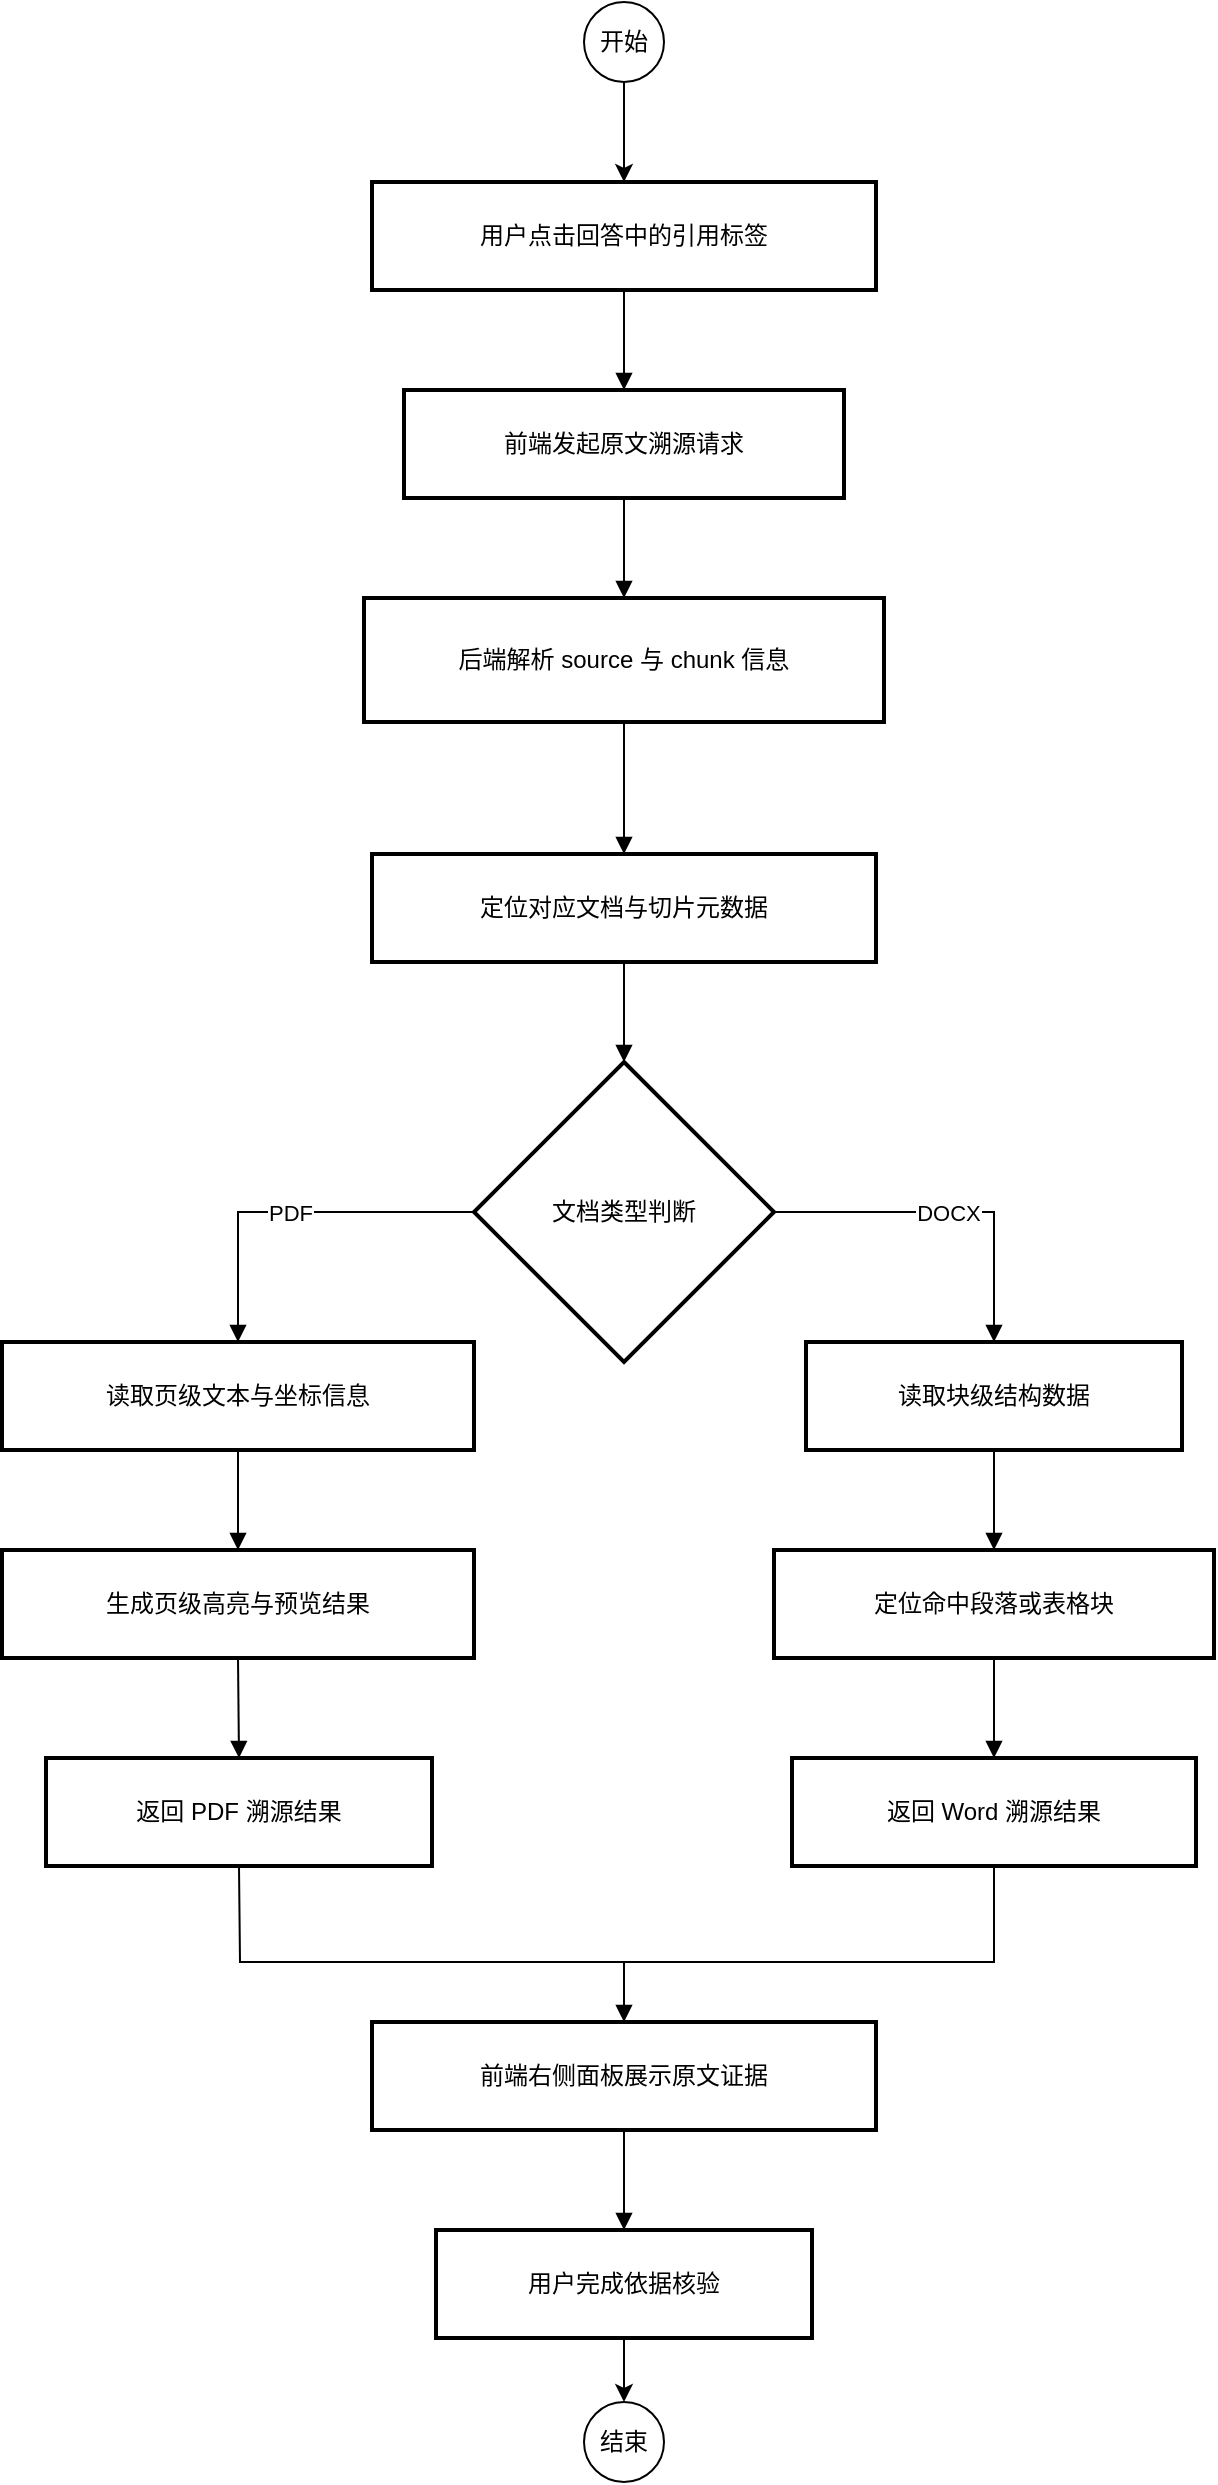
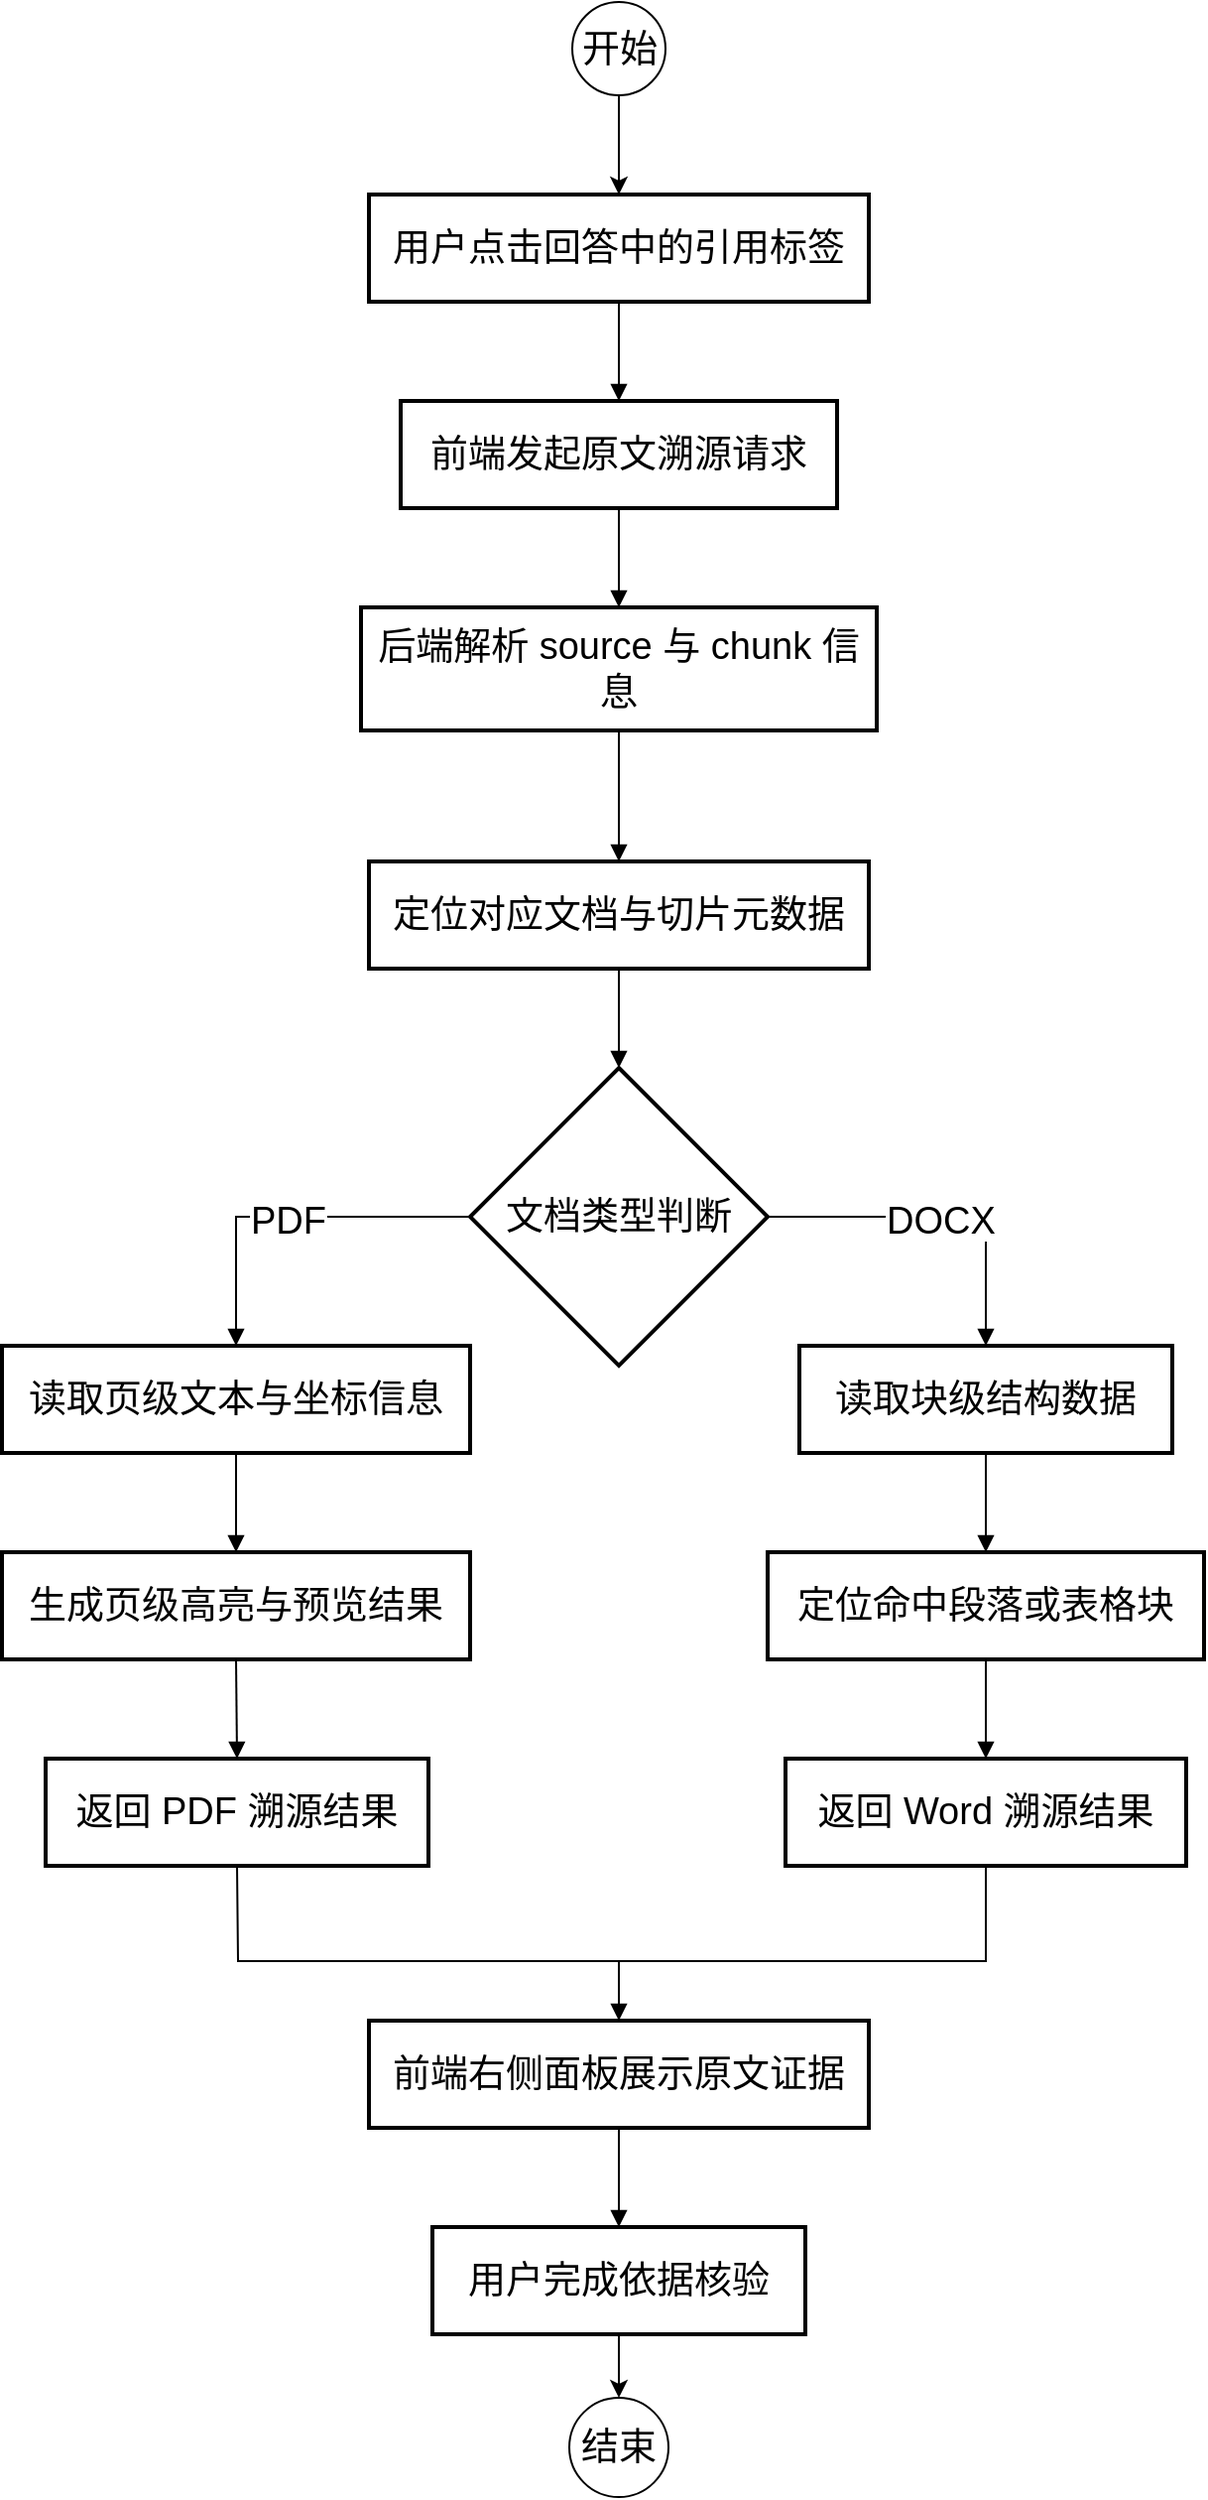
<mxfile host="app.diagrams.net">
  <diagram name="第 1 页" id="b8QfxGOXAPQU8yumc0db">
-     <mxGraphModel dx="1739" dy="1173" grid="1" gridSize="10" guides="1" tooltips="1" connect="1" arrows="1" fold="1" page="0" pageScale="1" pageWidth="827" pageHeight="1169" math="0" shadow="0">
+     <mxGraphModel dx="2563" dy="1649" grid="1" gridSize="10" guides="1" tooltips="1" connect="1" arrows="1" fold="1" page="0" pageScale="1" pageWidth="827" pageHeight="1169" math="0" shadow="0">
      <root>
        <mxCell id="5ZVwHZZmjW-OV20jA2S_-0" />
        <mxCell id="5ZVwHZZmjW-OV20jA2S_-1" parent="5ZVwHZZmjW-OV20jA2S_-0" />
-         <mxCell id="LxGCvzO_fyvpjCq_fR6p-1" parent="5ZVwHZZmjW-OV20jA2S_-1" style="whiteSpace=wrap;strokeWidth=2;" value="用户点击回答中的引用标签" vertex="1">
+         <mxCell id="LxGCvzO_fyvpjCq_fR6p-1" parent="5ZVwHZZmjW-OV20jA2S_-1" style="whiteSpace=wrap;strokeWidth=2;fontSize=19;" value="用户点击回答中的引用标签" vertex="1">
          <mxGeometry height="54" width="252" x="151" y="20" as="geometry" />
        </mxCell>
-         <mxCell id="LxGCvzO_fyvpjCq_fR6p-2" parent="5ZVwHZZmjW-OV20jA2S_-1" style="whiteSpace=wrap;strokeWidth=2;" value="前端发起原文溯源请求" vertex="1">
+         <mxCell id="LxGCvzO_fyvpjCq_fR6p-2" parent="5ZVwHZZmjW-OV20jA2S_-1" style="whiteSpace=wrap;strokeWidth=2;fontSize=19;" value="前端发起原文溯源请求" vertex="1">
          <mxGeometry height="54" width="220" x="167" y="124" as="geometry" />
        </mxCell>
-         <mxCell id="LxGCvzO_fyvpjCq_fR6p-3" parent="5ZVwHZZmjW-OV20jA2S_-1" style="whiteSpace=wrap;strokeWidth=2;" value="后端解析 source 与 chunk 信息" vertex="1">
+         <mxCell id="LxGCvzO_fyvpjCq_fR6p-3" parent="5ZVwHZZmjW-OV20jA2S_-1" style="whiteSpace=wrap;strokeWidth=2;fontSize=19;" value="后端解析 source 与 chunk 信息" vertex="1">
          <mxGeometry height="62" width="260" x="147" y="228" as="geometry" />
        </mxCell>
-         <mxCell id="LxGCvzO_fyvpjCq_fR6p-4" parent="5ZVwHZZmjW-OV20jA2S_-1" style="whiteSpace=wrap;strokeWidth=2;" value="定位对应文档与切片元数据" vertex="1">
+         <mxCell id="LxGCvzO_fyvpjCq_fR6p-4" parent="5ZVwHZZmjW-OV20jA2S_-1" style="whiteSpace=wrap;strokeWidth=2;fontSize=19;" value="定位对应文档与切片元数据" vertex="1">
          <mxGeometry height="54" width="252" x="151" y="356" as="geometry" />
        </mxCell>
-         <mxCell id="LxGCvzO_fyvpjCq_fR6p-5" parent="5ZVwHZZmjW-OV20jA2S_-1" style="rhombus;strokeWidth=2;whiteSpace=wrap;" value="文档类型判断" vertex="1">
+         <mxCell id="LxGCvzO_fyvpjCq_fR6p-5" parent="5ZVwHZZmjW-OV20jA2S_-1" style="rhombus;strokeWidth=2;whiteSpace=wrap;fontSize=19;" value="文档类型判断" vertex="1">
          <mxGeometry height="150" width="150" x="202" y="460" as="geometry" />
        </mxCell>
-         <mxCell id="LxGCvzO_fyvpjCq_fR6p-6" parent="5ZVwHZZmjW-OV20jA2S_-1" style="whiteSpace=wrap;strokeWidth=2;" value="读取页级文本与坐标信息" vertex="1">
+         <mxCell id="LxGCvzO_fyvpjCq_fR6p-6" parent="5ZVwHZZmjW-OV20jA2S_-1" style="whiteSpace=wrap;strokeWidth=2;fontSize=19;" value="读取页级文本与坐标信息" vertex="1">
          <mxGeometry height="54" width="236" x="-34" y="600" as="geometry" />
        </mxCell>
-         <mxCell id="LxGCvzO_fyvpjCq_fR6p-7" parent="5ZVwHZZmjW-OV20jA2S_-1" style="whiteSpace=wrap;strokeWidth=2;" value="生成页级高亮与预览结果" vertex="1">
+         <mxCell id="LxGCvzO_fyvpjCq_fR6p-7" parent="5ZVwHZZmjW-OV20jA2S_-1" style="whiteSpace=wrap;strokeWidth=2;fontSize=19;" value="生成页级高亮与预览结果" vertex="1">
          <mxGeometry height="54" width="236" x="-34" y="704" as="geometry" />
        </mxCell>
-         <mxCell id="LxGCvzO_fyvpjCq_fR6p-8" parent="5ZVwHZZmjW-OV20jA2S_-1" style="whiteSpace=wrap;strokeWidth=2;" value="返回 PDF 溯源结果" vertex="1">
+         <mxCell id="LxGCvzO_fyvpjCq_fR6p-8" parent="5ZVwHZZmjW-OV20jA2S_-1" style="whiteSpace=wrap;strokeWidth=2;fontSize=19;" value="返回 PDF 溯源结果" vertex="1">
          <mxGeometry height="54" width="193" x="-12" y="808" as="geometry" />
        </mxCell>
-         <mxCell id="LxGCvzO_fyvpjCq_fR6p-9" parent="5ZVwHZZmjW-OV20jA2S_-1" style="whiteSpace=wrap;strokeWidth=2;" value="读取块级结构数据" vertex="1">
+         <mxCell id="LxGCvzO_fyvpjCq_fR6p-9" parent="5ZVwHZZmjW-OV20jA2S_-1" style="whiteSpace=wrap;strokeWidth=2;fontSize=19;" value="读取块级结构数据" vertex="1">
          <mxGeometry height="54" width="188" x="368" y="600" as="geometry" />
        </mxCell>
-         <mxCell id="LxGCvzO_fyvpjCq_fR6p-10" parent="5ZVwHZZmjW-OV20jA2S_-1" style="whiteSpace=wrap;strokeWidth=2;" value="定位命中段落或表格块" vertex="1">
+         <mxCell id="LxGCvzO_fyvpjCq_fR6p-10" parent="5ZVwHZZmjW-OV20jA2S_-1" style="whiteSpace=wrap;strokeWidth=2;fontSize=19;" value="定位命中段落或表格块" vertex="1">
          <mxGeometry height="54" width="220" x="352" y="704" as="geometry" />
        </mxCell>
-         <mxCell id="LxGCvzO_fyvpjCq_fR6p-11" parent="5ZVwHZZmjW-OV20jA2S_-1" style="whiteSpace=wrap;strokeWidth=2;" value="返回 Word 溯源结果" vertex="1">
+         <mxCell id="LxGCvzO_fyvpjCq_fR6p-11" parent="5ZVwHZZmjW-OV20jA2S_-1" style="whiteSpace=wrap;strokeWidth=2;fontSize=19;" value="返回 Word 溯源结果" vertex="1">
          <mxGeometry height="54" width="202" x="361" y="808" as="geometry" />
        </mxCell>
-         <mxCell id="LxGCvzO_fyvpjCq_fR6p-12" parent="5ZVwHZZmjW-OV20jA2S_-1" style="whiteSpace=wrap;strokeWidth=2;" value="前端右侧面板展示原文证据" vertex="1">
+         <mxCell id="LxGCvzO_fyvpjCq_fR6p-12" parent="5ZVwHZZmjW-OV20jA2S_-1" style="whiteSpace=wrap;strokeWidth=2;fontSize=19;" value="前端右侧面板展示原文证据" vertex="1">
          <mxGeometry height="54" width="252" x="151" y="940" as="geometry" />
        </mxCell>
-         <mxCell id="LxGCvzO_fyvpjCq_fR6p-13" parent="5ZVwHZZmjW-OV20jA2S_-1" style="whiteSpace=wrap;strokeWidth=2;" value="用户完成依据核验" vertex="1">
+         <mxCell id="LxGCvzO_fyvpjCq_fR6p-13" parent="5ZVwHZZmjW-OV20jA2S_-1" style="whiteSpace=wrap;strokeWidth=2;fontSize=19;" value="用户完成依据核验" vertex="1">
          <mxGeometry height="54" width="188" x="183" y="1044" as="geometry" />
        </mxCell>
-         <mxCell id="LxGCvzO_fyvpjCq_fR6p-14" edge="1" parent="5ZVwHZZmjW-OV20jA2S_-1" source="LxGCvzO_fyvpjCq_fR6p-1" style="curved=0;startArrow=none;endArrow=block;exitX=0.5;exitY=1;entryX=0.5;entryY=0;rounded=0;" target="LxGCvzO_fyvpjCq_fR6p-2" value="">
+         <mxCell id="LxGCvzO_fyvpjCq_fR6p-14" edge="1" parent="5ZVwHZZmjW-OV20jA2S_-1" source="LxGCvzO_fyvpjCq_fR6p-1" style="curved=0;startArrow=none;endArrow=block;exitX=0.5;exitY=1;entryX=0.5;entryY=0;rounded=0;fontSize=19;" target="LxGCvzO_fyvpjCq_fR6p-2" value="">
          <mxGeometry relative="1" as="geometry">
            <Array as="points" />
          </mxGeometry>
        </mxCell>
-         <mxCell id="LxGCvzO_fyvpjCq_fR6p-15" edge="1" parent="5ZVwHZZmjW-OV20jA2S_-1" source="LxGCvzO_fyvpjCq_fR6p-2" style="curved=0;startArrow=none;endArrow=block;exitX=0.5;exitY=1;entryX=0.5;entryY=0;rounded=0;" target="LxGCvzO_fyvpjCq_fR6p-3" value="">
+         <mxCell id="LxGCvzO_fyvpjCq_fR6p-15" edge="1" parent="5ZVwHZZmjW-OV20jA2S_-1" source="LxGCvzO_fyvpjCq_fR6p-2" style="curved=0;startArrow=none;endArrow=block;exitX=0.5;exitY=1;entryX=0.5;entryY=0;rounded=0;fontSize=19;" target="LxGCvzO_fyvpjCq_fR6p-3" value="">
          <mxGeometry relative="1" as="geometry">
            <Array as="points" />
          </mxGeometry>
        </mxCell>
-         <mxCell id="LxGCvzO_fyvpjCq_fR6p-16" edge="1" parent="5ZVwHZZmjW-OV20jA2S_-1" source="LxGCvzO_fyvpjCq_fR6p-3" style="curved=0;startArrow=none;endArrow=block;exitX=0.5;exitY=1;entryX=0.5;entryY=0;rounded=0;" target="LxGCvzO_fyvpjCq_fR6p-4" value="">
+         <mxCell id="LxGCvzO_fyvpjCq_fR6p-16" edge="1" parent="5ZVwHZZmjW-OV20jA2S_-1" source="LxGCvzO_fyvpjCq_fR6p-3" style="curved=0;startArrow=none;endArrow=block;exitX=0.5;exitY=1;entryX=0.5;entryY=0;rounded=0;fontSize=19;" target="LxGCvzO_fyvpjCq_fR6p-4" value="">
          <mxGeometry relative="1" as="geometry">
            <Array as="points" />
          </mxGeometry>
        </mxCell>
-         <mxCell id="LxGCvzO_fyvpjCq_fR6p-17" edge="1" parent="5ZVwHZZmjW-OV20jA2S_-1" source="LxGCvzO_fyvpjCq_fR6p-4" style="curved=0;startArrow=none;endArrow=block;exitX=0.5;exitY=1;entryX=0.5;entryY=0;rounded=0;" target="LxGCvzO_fyvpjCq_fR6p-5" value="">
+         <mxCell id="LxGCvzO_fyvpjCq_fR6p-17" edge="1" parent="5ZVwHZZmjW-OV20jA2S_-1" source="LxGCvzO_fyvpjCq_fR6p-4" style="curved=0;startArrow=none;endArrow=block;exitX=0.5;exitY=1;entryX=0.5;entryY=0;rounded=0;fontSize=19;" target="LxGCvzO_fyvpjCq_fR6p-5" value="">
          <mxGeometry relative="1" as="geometry">
            <Array as="points" />
          </mxGeometry>
        </mxCell>
-         <mxCell id="LxGCvzO_fyvpjCq_fR6p-18" edge="1" parent="5ZVwHZZmjW-OV20jA2S_-1" source="LxGCvzO_fyvpjCq_fR6p-5" style="curved=0;startArrow=none;endArrow=block;exitX=0;exitY=0.5;entryX=0.5;entryY=0;rounded=0;exitDx=0;exitDy=0;" target="LxGCvzO_fyvpjCq_fR6p-6" value="PDF">
+         <mxCell id="LxGCvzO_fyvpjCq_fR6p-18" edge="1" parent="5ZVwHZZmjW-OV20jA2S_-1" source="LxGCvzO_fyvpjCq_fR6p-5" style="curved=0;startArrow=none;endArrow=block;exitX=0;exitY=0.5;entryX=0.5;entryY=0;rounded=0;exitDx=0;exitDy=0;fontSize=19;" target="LxGCvzO_fyvpjCq_fR6p-6" value="PDF">
          <mxGeometry relative="1" as="geometry">
            <Array as="points">
              <mxPoint x="84" y="535" />
            </Array>
          </mxGeometry>
        </mxCell>
-         <mxCell id="LxGCvzO_fyvpjCq_fR6p-19" edge="1" parent="5ZVwHZZmjW-OV20jA2S_-1" source="LxGCvzO_fyvpjCq_fR6p-6" style="curved=0;startArrow=none;endArrow=block;exitX=0.5;exitY=1;entryX=0.5;entryY=0;rounded=0;" target="LxGCvzO_fyvpjCq_fR6p-7" value="">
+         <mxCell id="LxGCvzO_fyvpjCq_fR6p-19" edge="1" parent="5ZVwHZZmjW-OV20jA2S_-1" source="LxGCvzO_fyvpjCq_fR6p-6" style="curved=0;startArrow=none;endArrow=block;exitX=0.5;exitY=1;entryX=0.5;entryY=0;rounded=0;fontSize=19;" target="LxGCvzO_fyvpjCq_fR6p-7" value="">
          <mxGeometry relative="1" as="geometry">
            <Array as="points" />
          </mxGeometry>
        </mxCell>
-         <mxCell id="LxGCvzO_fyvpjCq_fR6p-20" edge="1" parent="5ZVwHZZmjW-OV20jA2S_-1" source="LxGCvzO_fyvpjCq_fR6p-7" style="curved=0;startArrow=none;endArrow=block;exitX=0.5;exitY=1;entryX=0.5;entryY=0;rounded=0;" target="LxGCvzO_fyvpjCq_fR6p-8" value="">
+         <mxCell id="LxGCvzO_fyvpjCq_fR6p-20" edge="1" parent="5ZVwHZZmjW-OV20jA2S_-1" source="LxGCvzO_fyvpjCq_fR6p-7" style="curved=0;startArrow=none;endArrow=block;exitX=0.5;exitY=1;entryX=0.5;entryY=0;rounded=0;fontSize=19;" target="LxGCvzO_fyvpjCq_fR6p-8" value="">
          <mxGeometry relative="1" as="geometry">
            <Array as="points" />
          </mxGeometry>
        </mxCell>
-         <mxCell id="LxGCvzO_fyvpjCq_fR6p-21" edge="1" parent="5ZVwHZZmjW-OV20jA2S_-1" source="LxGCvzO_fyvpjCq_fR6p-5" style="curved=0;startArrow=none;endArrow=block;exitX=1;exitY=0.5;entryX=0.5;entryY=0;rounded=0;exitDx=0;exitDy=0;" target="LxGCvzO_fyvpjCq_fR6p-9" value="DOCX">
+         <mxCell id="LxGCvzO_fyvpjCq_fR6p-21" edge="1" parent="5ZVwHZZmjW-OV20jA2S_-1" source="LxGCvzO_fyvpjCq_fR6p-5" style="curved=0;startArrow=none;endArrow=block;exitX=1;exitY=0.5;entryX=0.5;entryY=0;rounded=0;exitDx=0;exitDy=0;fontSize=19;" target="LxGCvzO_fyvpjCq_fR6p-9" value="DOCX">
          <mxGeometry relative="1" as="geometry">
            <Array as="points">
              <mxPoint x="462" y="535" />
            </Array>
          </mxGeometry>
        </mxCell>
-         <mxCell id="LxGCvzO_fyvpjCq_fR6p-22" edge="1" parent="5ZVwHZZmjW-OV20jA2S_-1" source="LxGCvzO_fyvpjCq_fR6p-9" style="curved=0;startArrow=none;endArrow=block;exitX=0.5;exitY=1;entryX=0.5;entryY=0;rounded=0;" target="LxGCvzO_fyvpjCq_fR6p-10" value="">
+         <mxCell id="LxGCvzO_fyvpjCq_fR6p-22" edge="1" parent="5ZVwHZZmjW-OV20jA2S_-1" source="LxGCvzO_fyvpjCq_fR6p-9" style="curved=0;startArrow=none;endArrow=block;exitX=0.5;exitY=1;entryX=0.5;entryY=0;rounded=0;fontSize=19;" target="LxGCvzO_fyvpjCq_fR6p-10" value="">
          <mxGeometry relative="1" as="geometry">
            <Array as="points" />
          </mxGeometry>
        </mxCell>
-         <mxCell id="LxGCvzO_fyvpjCq_fR6p-23" edge="1" parent="5ZVwHZZmjW-OV20jA2S_-1" source="LxGCvzO_fyvpjCq_fR6p-10" style="curved=0;startArrow=none;endArrow=block;exitX=0.5;exitY=1;entryX=0.5;entryY=0;rounded=0;" target="LxGCvzO_fyvpjCq_fR6p-11" value="">
+         <mxCell id="LxGCvzO_fyvpjCq_fR6p-23" edge="1" parent="5ZVwHZZmjW-OV20jA2S_-1" source="LxGCvzO_fyvpjCq_fR6p-10" style="curved=0;startArrow=none;endArrow=block;exitX=0.5;exitY=1;entryX=0.5;entryY=0;rounded=0;fontSize=19;" target="LxGCvzO_fyvpjCq_fR6p-11" value="">
          <mxGeometry relative="1" as="geometry">
            <Array as="points" />
          </mxGeometry>
        </mxCell>
-         <mxCell id="LxGCvzO_fyvpjCq_fR6p-24" edge="1" parent="5ZVwHZZmjW-OV20jA2S_-1" source="LxGCvzO_fyvpjCq_fR6p-8" style="curved=0;startArrow=none;endArrow=block;exitX=0.5;exitY=1;entryX=0.5;entryY=0;rounded=0;entryDx=0;entryDy=0;" target="LxGCvzO_fyvpjCq_fR6p-12" value="">
+         <mxCell id="LxGCvzO_fyvpjCq_fR6p-24" edge="1" parent="5ZVwHZZmjW-OV20jA2S_-1" source="LxGCvzO_fyvpjCq_fR6p-8" style="curved=0;startArrow=none;endArrow=block;exitX=0.5;exitY=1;entryX=0.5;entryY=0;rounded=0;entryDx=0;entryDy=0;fontSize=19;" target="LxGCvzO_fyvpjCq_fR6p-12" value="">
          <mxGeometry relative="1" as="geometry">
            <Array as="points">
              <mxPoint x="85" y="910" />
              <mxPoint x="277" y="910" />
            </Array>
          </mxGeometry>
        </mxCell>
-         <mxCell id="LxGCvzO_fyvpjCq_fR6p-25" edge="1" parent="5ZVwHZZmjW-OV20jA2S_-1" source="LxGCvzO_fyvpjCq_fR6p-11" style="curved=0;startArrow=none;endArrow=none;exitX=0.5;exitY=1;rounded=0;endFill=0;" value="">
+         <mxCell id="LxGCvzO_fyvpjCq_fR6p-25" edge="1" parent="5ZVwHZZmjW-OV20jA2S_-1" source="LxGCvzO_fyvpjCq_fR6p-11" style="curved=0;startArrow=none;endArrow=none;exitX=0.5;exitY=1;rounded=0;endFill=0;fontSize=19;" value="">
          <mxGeometry relative="1" as="geometry">
            <Array as="points">
              <mxPoint x="462" y="910" />
            </Array>
            <mxPoint x="277" y="910" as="targetPoint" />
          </mxGeometry>
        </mxCell>
-         <mxCell id="LxGCvzO_fyvpjCq_fR6p-26" edge="1" parent="5ZVwHZZmjW-OV20jA2S_-1" source="LxGCvzO_fyvpjCq_fR6p-12" style="curved=0;startArrow=none;endArrow=block;exitX=0.5;exitY=1;entryX=0.5;entryY=0;rounded=0;" target="LxGCvzO_fyvpjCq_fR6p-13" value="">
+         <mxCell id="LxGCvzO_fyvpjCq_fR6p-26" edge="1" parent="5ZVwHZZmjW-OV20jA2S_-1" source="LxGCvzO_fyvpjCq_fR6p-12" style="curved=0;startArrow=none;endArrow=block;exitX=0.5;exitY=1;entryX=0.5;entryY=0;rounded=0;fontSize=19;" target="LxGCvzO_fyvpjCq_fR6p-13" value="">
          <mxGeometry relative="1" as="geometry">
            <Array as="points" />
          </mxGeometry>
        </mxCell>
-         <mxCell id="LpzGXpaGNVprPOU_6wxC-0" parent="5ZVwHZZmjW-OV20jA2S_-1" style="ellipse;whiteSpace=wrap;html=1;aspect=fixed;" value="开始" vertex="1">
-           <mxGeometry height="40" width="40" x="257" y="-70" as="geometry" />
+         <mxCell id="LpzGXpaGNVprPOU_6wxC-0" parent="5ZVwHZZmjW-OV20jA2S_-1" style="ellipse;whiteSpace=wrap;html=1;aspect=fixed;fontSize=19;" value="开始" vertex="1">
+           <mxGeometry height="47" width="47" x="253.5" y="-77" as="geometry" />
        </mxCell>
-         <mxCell id="LpzGXpaGNVprPOU_6wxC-1" edge="1" parent="5ZVwHZZmjW-OV20jA2S_-1" source="LpzGXpaGNVprPOU_6wxC-0" style="endArrow=classic;html=1;rounded=0;entryX=0.5;entryY=0;entryDx=0;entryDy=0;exitX=0.5;exitY=1;exitDx=0;exitDy=0;" target="LxGCvzO_fyvpjCq_fR6p-1" value="">
+         <mxCell id="LpzGXpaGNVprPOU_6wxC-1" edge="1" parent="5ZVwHZZmjW-OV20jA2S_-1" source="LpzGXpaGNVprPOU_6wxC-0" style="endArrow=classic;html=1;rounded=0;entryX=0.5;entryY=0;entryDx=0;entryDy=0;exitX=0.5;exitY=1;exitDx=0;exitDy=0;fontSize=19;" target="LxGCvzO_fyvpjCq_fR6p-1" value="">
          <mxGeometry height="50" relative="1" width="50" as="geometry">
            <mxPoint x="290" y="-30" as="sourcePoint" />
            <mxPoint x="340" y="-80" as="targetPoint" />
          </mxGeometry>
        </mxCell>
-         <mxCell id="LpzGXpaGNVprPOU_6wxC-2" parent="5ZVwHZZmjW-OV20jA2S_-1" style="ellipse;whiteSpace=wrap;html=1;aspect=fixed;" value="结束" vertex="1">
-           <mxGeometry height="40" width="40" x="257" y="1130" as="geometry" />
+         <mxCell id="LpzGXpaGNVprPOU_6wxC-2" parent="5ZVwHZZmjW-OV20jA2S_-1" style="ellipse;whiteSpace=wrap;html=1;aspect=fixed;fontSize=19;" value="结束" vertex="1">
+           <mxGeometry height="50" width="50" x="252" y="1130" as="geometry" />
        </mxCell>
-         <mxCell id="LpzGXpaGNVprPOU_6wxC-3" edge="1" parent="5ZVwHZZmjW-OV20jA2S_-1" source="LxGCvzO_fyvpjCq_fR6p-13" style="endArrow=classic;html=1;rounded=0;entryX=0.5;entryY=0;entryDx=0;entryDy=0;exitX=0.5;exitY=1;exitDx=0;exitDy=0;" target="LpzGXpaGNVprPOU_6wxC-2" value="">
+         <mxCell id="LpzGXpaGNVprPOU_6wxC-3" edge="1" parent="5ZVwHZZmjW-OV20jA2S_-1" source="LxGCvzO_fyvpjCq_fR6p-13" style="endArrow=classic;html=1;rounded=0;entryX=0.5;entryY=0;entryDx=0;entryDy=0;exitX=0.5;exitY=1;exitDx=0;exitDy=0;fontSize=19;" target="LpzGXpaGNVprPOU_6wxC-2" value="">
          <mxGeometry height="50" relative="1" width="50" as="geometry">
            <mxPoint x="280" y="1098" as="sourcePoint" />
            <mxPoint x="330" y="1048" as="targetPoint" />
          </mxGeometry>
        </mxCell>
      </root>
    </mxGraphModel>
  </diagram>
</mxfile>
